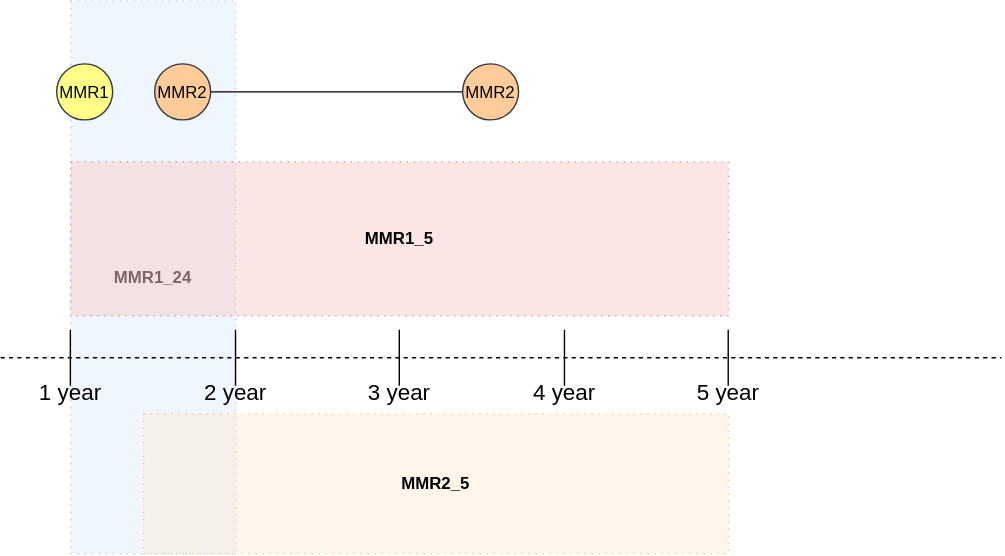
Earlier version of the draw.io export 4. output/mmr timeline.svg (jubo-git/Project). Source tidied: cells renumbered, new cells last; positions are measured from the earlier drawing's top-left corner, leaving out a move shared by most shapes.
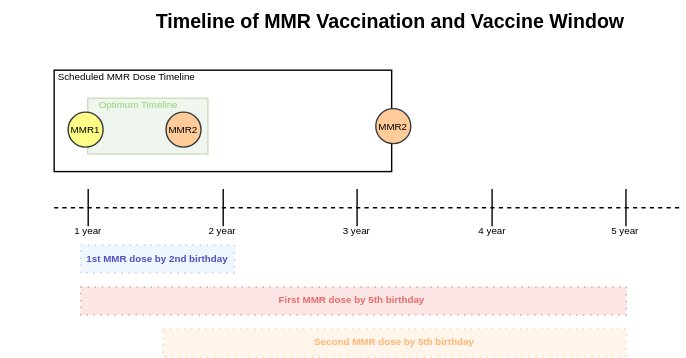
Later version of the same file.

Diff of the diagram source:
```diff
@@ -2,92 +2,104 @@
   <root>
     <mxCell id="0" />
     <mxCell id="1" parent="0" />
+    <mxCell id="25" style="rounded=0;whiteSpace=wrap;html=1;" parent="1" vertex="1">
+      <mxGeometry x="20" y="160" width="241.4" height="72.5" as="geometry" />
+    </mxCell>
+    <mxCell id="26" style="rounded=0;whiteSpace=wrap;html=1;fillColor=#d5e8d4;strokeColor=#82b366;fontSize=7;opacity=40;" parent="1" vertex="1">
+      <mxGeometry x="44" y="180" width="86" height="40" as="geometry" />
+    </mxCell>
-    <mxCell id="2" value="&lt;span&gt;&lt;b&gt;MMR1_24&lt;/b&gt;&lt;/span&gt;" style="rounded=0;whiteSpace=wrap;html=1;fillColor=#dae8fc;strokeColor=#6c8ebf;dashed=1;dashPattern=1 4;opacity=40;" parent="1" vertex="1">
-      <mxGeometry x="50" width="118" height="395" as="geometry" />
+    <mxCell id="2" value="&lt;b&gt;1st MMR dose by 2nd birthday&lt;/b&gt;" style="rounded=0;whiteSpace=wrap;html=1;fillColor=#dae8fc;strokeColor=#6c8ebf;dashed=1;dashPattern=1 4;opacity=40;fontSize=7;fontColor=light-dark(#5050be, #cdcdff);" parent="1" vertex="1">
+      <mxGeometry x="39" y="285" width="110" height="20" as="geometry" />
     </mxCell>
-    <mxCell id="3" value="&lt;span&gt;&lt;b&gt;MMR1_5&lt;/b&gt;&lt;/span&gt;" style="rounded=0;whiteSpace=wrap;html=1;fillColor=#f8cecc;strokeColor=#b85450;dashed=1;dashPattern=1 4;opacity=50;" parent="1" vertex="1">
-      <mxGeometry x="50" y="115" width="470" height="110" as="geometry" />
-    </mxCell>
-    <mxCell id="4" value="MMR1" style="ellipse;whiteSpace=wrap;html=1;shapeInside=1;fillColor=#ffff88;strokeColor=#36393d;" parent="1" vertex="1">
-      <mxGeometry x="40" y="45" width="40" height="40" as="geometry" />
+    <mxCell id="4" value="MMR1" style="ellipse;whiteSpace=wrap;html=1;shapeInside=1;fillColor=#ffff88;strokeColor=#36393d;fontSize=7;" parent="1" vertex="1">
+      <mxGeometry x="30" y="190" width="25" height="25" as="geometry" />
     </mxCell>
-    <mxCell id="5" style="edgeStyle=none;curved=1;rounded=0;jettySize=auto;html=1;fontSize=12;startSize=8;endSize=8;endArrow=none;endFill=0;" parent="1" edge="1" source="6" target="7">
-      <mxGeometry relative="1" as="geometry" />
-    </mxCell>
-    <mxCell id="6" value="MMR2" style="ellipse;whiteSpace=wrap;html=1;shapeInside=1;fillColor=#ffcc99;strokeColor=#36393d;" parent="1" vertex="1">
-      <mxGeometry x="110" y="45" width="40" height="40" as="geometry" />
+    <mxCell id="6" value="MMR2" style="ellipse;whiteSpace=wrap;html=1;shapeInside=1;fillColor=#ffcc99;strokeColor=#36393d;fontSize=7;" parent="1" vertex="1">
+      <mxGeometry x="100" y="190" width="25" height="25" as="geometry" />
     </mxCell>
-    <mxCell id="7" value="MMR2" style="ellipse;whiteSpace=wrap;html=1;shapeInside=1;fillColor=#ffcc99;strokeColor=#36393d;" parent="1" vertex="1">
-      <mxGeometry x="330" y="45" width="40" height="40" as="geometry" />
+    <mxCell id="7" value="MMR2" style="ellipse;whiteSpace=wrap;html=1;shapeInside=1;fillColor=#ffcc99;strokeColor=#36393d;fontSize=7;" parent="1" vertex="1">
+      <mxGeometry x="250" y="187.5" width="25" height="25" as="geometry" />
     </mxCell>
+    <mxCell id="24" value="&lt;font&gt;&lt;b&gt;Second MMR dose by 5th birthday&lt;/b&gt;&lt;/font&gt;" style="rounded=0;whiteSpace=wrap;html=1;fillColor=#ffe6cc;strokeColor=#d79b00;dashed=1;dashPattern=1 4;opacity=40;fontColor=#FFB570;fontSize=7;" parent="1" vertex="1">
+      <mxGeometry x="98" y="345" width="331.1" height="20" as="geometry" />
+    </mxCell>
+    <mxCell id="27" value="Optimum Timeline" style="text;html=1;whiteSpace=wrap;strokeColor=none;fillColor=none;align=center;verticalAlign=middle;rounded=0;fontSize=7;fontColor=#97D077;" parent="1" vertex="1">
+      <mxGeometry x="44" y="180" width="72.5" height="10" as="geometry" />
+    </mxCell>
+    <mxCell id="28" value="Scheduled MMR Dose Timeline" style="text;html=1;whiteSpace=wrap;strokeColor=none;fillColor=none;align=center;verticalAlign=middle;rounded=0;fontSize=7;" parent="1" vertex="1">
+      <mxGeometry x="-18" y="150" width="180" height="30" as="geometry" />
+    </mxCell>
+    <mxCell id="3" value="&lt;font style=&quot;color: rgb(234, 107, 102);&quot;&gt;&lt;b&gt;First MMR dose by 5th birthday&amp;nbsp;&lt;/b&gt;&lt;/font&gt;" style="rounded=0;whiteSpace=wrap;html=1;fillColor=#f8cecc;strokeColor=#b85450;dashed=1;dashPattern=1 4;opacity=50;fontSize=7;" parent="1" vertex="1">
+      <mxGeometry x="39" y="315" width="390.1" height="20" as="geometry" />
+    </mxCell>
+    <mxCell id="29" style="group;" parent="1" vertex="1">
+      <mxGeometry x="20" y="245" width="450" height="40" as="geometry" />
+    </mxCell>
-    <mxCell id="8" style="endArrow=none;dashed=1;html=1;rounded=0;fontSize=12;startSize=8;endSize=8;curved=1;" parent="1" edge="1">
+    <mxCell id="8" style="endArrow=none;dashed=1;html=1;rounded=0;fontSize=7;startSize=8;endSize=8;curved=1;" parent="29" edge="1">
       <mxGeometry relative="1" as="geometry">
-        <mxPoint y="255" as="sourcePoint" />
-        <mxPoint x="715" y="255" as="targetPoint" />
+        <mxPoint y="13.3" as="sourcePoint" />
+        <mxPoint x="450" y="13.3" as="targetPoint" />
       </mxGeometry>
     </mxCell>
-    <mxCell id="9" style="group;" parent="1" vertex="1">
-      <mxGeometry x="20" y="235" width="60" height="60" as="geometry" />
+    <mxCell id="9" style="group;fontSize=7;" parent="29" vertex="1">
+      <mxGeometry width="49.1" height="40" as="geometry" />
     </mxCell>
-    <mxCell id="10" style="endArrow=none;html=1;rounded=0;fontSize=12;startSize=8;endSize=8;curved=1;" parent="9" edge="1">
+    <mxCell id="10" style="endArrow=none;html=1;rounded=0;fontSize=7;startSize=8;endSize=8;curved=1;" parent="9" edge="1">
       <mxGeometry relative="1" as="geometry">
-        <mxPoint x="29.8" y="40" as="sourcePoint" />
-        <mxPoint x="29.8" as="targetPoint" />
+        <mxPoint x="24.3" y="26.7" as="sourcePoint" />
+        <mxPoint x="24.3" as="targetPoint" />
       </mxGeometry>
     </mxCell>
-    <mxCell id="11" value="1 year" style="text;html=1;whiteSpace=wrap;strokeColor=none;fillColor=none;align=center;verticalAlign=middle;rounded=0;fontSize=16;" parent="9" vertex="1">
-      <mxGeometry y="30" width="60" height="30" as="geometry" />
+    <mxCell id="11" value="1 year" style="text;html=1;whiteSpace=wrap;strokeColor=none;fillColor=none;align=center;verticalAlign=middle;rounded=0;fontSize=7;" parent="9" vertex="1">
+      <mxGeometry y="20" width="49.1" height="20" as="geometry" />
     </mxCell>
-    <mxCell id="12" style="group;" parent="1" vertex="1">
-      <mxGeometry x="138" y="235" width="60" height="60" as="geometry" />
+    <mxCell id="12" style="group;fontSize=7;" parent="29" vertex="1">
+      <mxGeometry x="96.5" width="49.1" height="40" as="geometry" />
     </mxCell>
-    <mxCell id="13" style="endArrow=none;html=1;rounded=0;fontSize=12;startSize=8;endSize=8;curved=1;" parent="12" edge="1">
+    <mxCell id="13" style="endArrow=none;html=1;rounded=0;fontSize=7;startSize=8;endSize=8;curved=1;" parent="12" edge="1">
       <mxGeometry relative="1" as="geometry">
-        <mxPoint x="29.8" y="40" as="sourcePoint" />
-        <mxPoint x="29.8" as="targetPoint" />
+        <mxPoint x="24.3" y="26.7" as="sourcePoint" />
+        <mxPoint x="24.3" as="targetPoint" />
       </mxGeometry>
     </mxCell>
-    <mxCell id="14" value="2 year" style="text;html=1;whiteSpace=wrap;strokeColor=none;fillColor=none;align=center;verticalAlign=middle;rounded=0;fontSize=16;" parent="12" vertex="1">
-      <mxGeometry y="30" width="60" height="30" as="geometry" />
+    <mxCell id="14" value="2 year" style="text;html=1;whiteSpace=wrap;strokeColor=none;fillColor=none;align=center;verticalAlign=middle;rounded=0;fontSize=7;" parent="12" vertex="1">
+      <mxGeometry y="20" width="49.1" height="20" as="geometry" />
     </mxCell>
-    <mxCell id="15" style="group;" parent="1" vertex="1">
-      <mxGeometry x="490" y="235" width="60" height="60" as="geometry" />
+    <mxCell id="15" style="group;fontSize=7;" parent="29" vertex="1">
+      <mxGeometry x="384.5" width="49.1" height="40" as="geometry" />
     </mxCell>
-    <mxCell id="16" style="endArrow=none;html=1;rounded=0;fontSize=12;startSize=8;endSize=8;curved=1;" parent="15" edge="1">
+    <mxCell id="16" style="endArrow=none;html=1;rounded=0;fontSize=7;startSize=8;endSize=8;curved=1;" parent="15" edge="1">
       <mxGeometry relative="1" as="geometry">
-        <mxPoint x="29.8" y="40" as="sourcePoint" />
-        <mxPoint x="29.8" as="targetPoint" />
+        <mxPoint x="24.3" y="26.7" as="sourcePoint" />
+        <mxPoint x="24.3" as="targetPoint" />
       </mxGeometry>
     </mxCell>
-    <mxCell id="17" value="5 year" style="text;html=1;whiteSpace=wrap;strokeColor=none;fillColor=none;align=center;verticalAlign=middle;rounded=0;fontSize=16;" parent="15" vertex="1">
-      <mxGeometry y="30" width="60" height="30" as="geometry" />
+    <mxCell id="17" value="5 year" style="text;html=1;whiteSpace=wrap;strokeColor=none;fillColor=none;align=center;verticalAlign=middle;rounded=0;fontSize=7;" parent="15" vertex="1">
+      <mxGeometry y="20" width="49.1" height="20" as="geometry" />
     </mxCell>
-    <mxCell id="18" style="group;" parent="1" vertex="1">
-      <mxGeometry x="373" y="235" width="60" height="60" as="geometry" />
+    <mxCell id="18" style="group;fontSize=7;" parent="29" vertex="1">
+      <mxGeometry x="288.8" width="49.1" height="40" as="geometry" />
     </mxCell>
-    <mxCell id="19" style="endArrow=none;html=1;rounded=0;fontSize=12;startSize=8;endSize=8;curved=1;" parent="18" edge="1">
+    <mxCell id="19" style="endArrow=none;html=1;rounded=0;fontSize=7;startSize=8;endSize=8;curved=1;" parent="18" edge="1">
       <mxGeometry relative="1" as="geometry">
-        <mxPoint x="29.8" y="40" as="sourcePoint" />
-        <mxPoint x="29.8" as="targetPoint" />
+        <mxPoint x="24.3" y="26.7" as="sourcePoint" />
+        <mxPoint x="24.3" as="targetPoint" />
       </mxGeometry>
     </mxCell>
-    <mxCell id="20" value="4 year" style="text;html=1;whiteSpace=wrap;strokeColor=none;fillColor=none;align=center;verticalAlign=middle;rounded=0;fontSize=16;" parent="18" vertex="1">
-      <mxGeometry y="30" width="60" height="30" as="geometry" />
+    <mxCell id="20" value="4 year" style="text;html=1;whiteSpace=wrap;strokeColor=none;fillColor=none;align=center;verticalAlign=middle;rounded=0;fontSize=7;" parent="18" vertex="1">
+      <mxGeometry y="20" width="49.1" height="20" as="geometry" />
     </mxCell>
-    <mxCell id="21" style="group;" parent="1" vertex="1">
-      <mxGeometry x="255" y="235" width="60" height="60" as="geometry" />
-    </mxCell>
-    <mxCell id="22" style="endArrow=none;html=1;rounded=0;fontSize=12;startSize=8;endSize=8;curved=1;" parent="21" edge="1">
+    <mxCell id="22" style="endArrow=none;html=1;rounded=0;fontSize=7;startSize=8;endSize=8;curved=1;" parent="29" edge="1">
       <mxGeometry relative="1" as="geometry">
-        <mxPoint x="29.8" y="40" as="sourcePoint" />
-        <mxPoint x="29.8" as="targetPoint" />
+        <mxPoint x="216.6" y="26.7" as="sourcePoint" />
+        <mxPoint x="216.6" as="targetPoint" />
       </mxGeometry>
     </mxCell>
-    <mxCell id="23" value="3 year" style="text;html=1;whiteSpace=wrap;strokeColor=none;fillColor=none;align=center;verticalAlign=middle;rounded=0;fontSize=16;" parent="21" vertex="1">
-      <mxGeometry y="30" width="60" height="30" as="geometry" />
+    <mxCell id="23" value="3 year" style="text;html=1;whiteSpace=wrap;strokeColor=none;fillColor=none;align=center;verticalAlign=middle;rounded=0;fontSize=7;" parent="29" vertex="1">
+      <mxGeometry x="192.3" y="20" width="49.1" height="20" as="geometry" />
     </mxCell>
-    <mxCell id="24" value="&lt;span&gt;&lt;b&gt;MMR2_5&lt;/b&gt;&lt;/span&gt;" style="rounded=0;whiteSpace=wrap;html=1;fillColor=#ffe6cc;strokeColor=#d79b00;dashed=1;dashPattern=1 4;opacity=40;" parent="1" vertex="1">
-      <mxGeometry x="102" y="295" width="418" height="100" as="geometry" />
-    </mxCell>
+    <mxCell id="30" value="Timeline of MMR Vaccination and Vaccine Window&amp;nbsp;" style="text;html=1;whiteSpace=wrap;strokeColor=none;fillColor=none;align=center;verticalAlign=middle;rounded=0;fontSize=14;fontStyle=1;" parent="1" vertex="1">
+      <mxGeometry x="60" y="110" width="405" height="30" as="geometry" />
+    </mxCell>
   </root>
 </mxGraphModel>
```
